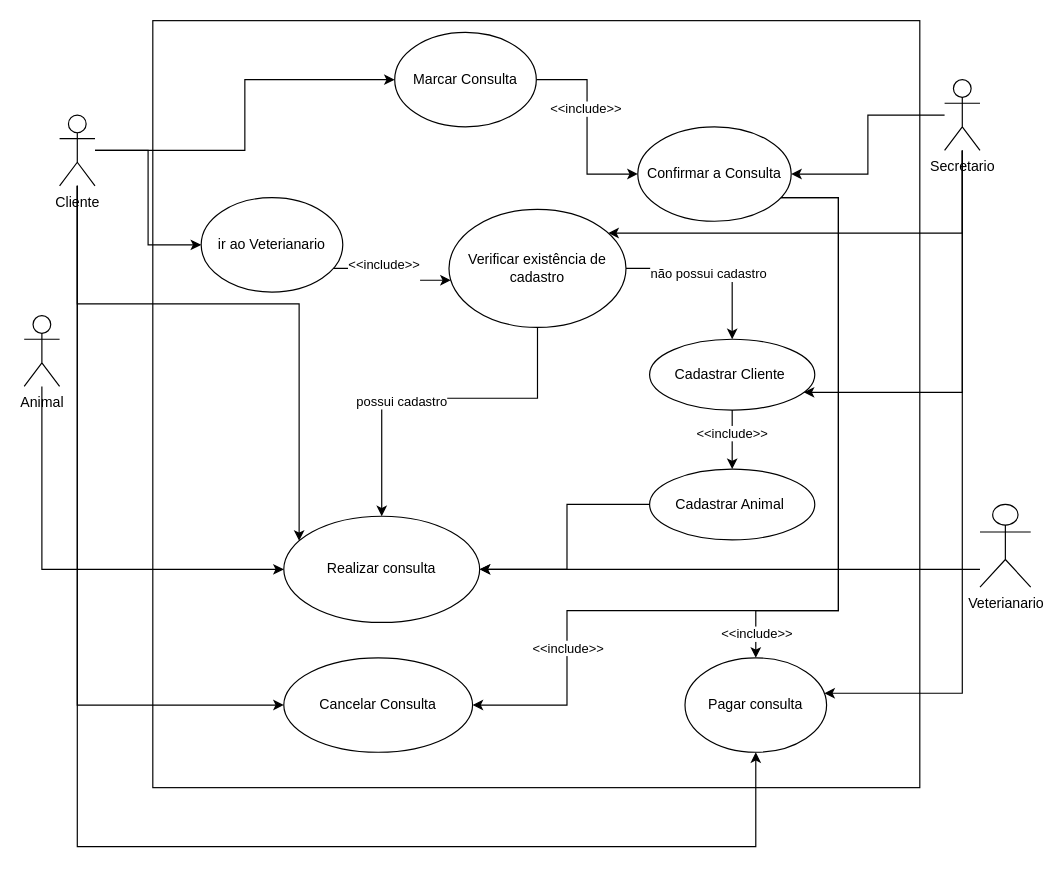
marcelo-schaefer/pet-shop-eps keeps this draw.io diagram as page "Página-1" (1 of 2) of src/diagramas/CasoUso.drawio. Above is the earlier version. Source tidied: cells renumbered, new cells numbered last; positions are measured from the earlier drawing's top-left corner, leaving out a move shared by most shapes. Both pictures are drawn from the tidied source at 118%, with x=0, y=0 at pixel (24, 20).
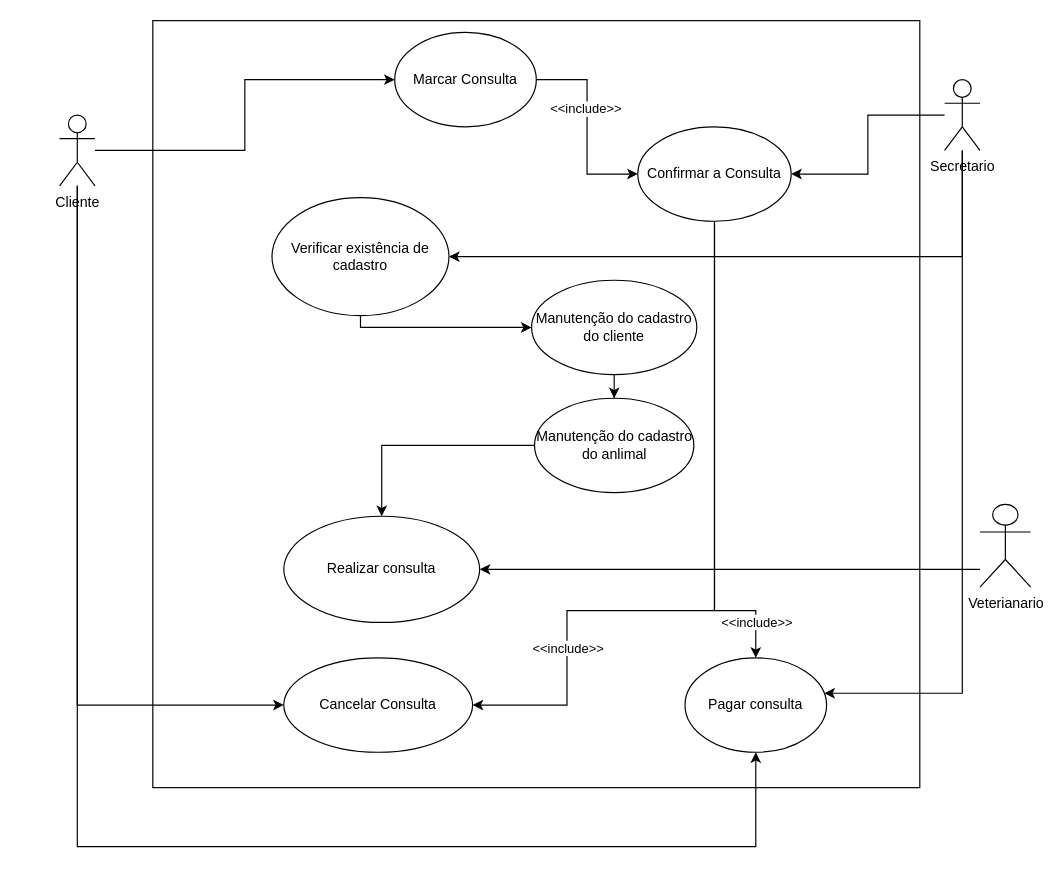
Above is the later version.

Unchanged cells that the change refers to:
```xml
<mxCell id="2" value="Cliente" style="shape=umlActor;verticalLabelPosition=bottom;verticalAlign=top;html=1;outlineConnect=0;" parent="1" vertex="1">
  <mxGeometry x="30" y="80" width="30" height="60" as="geometry" />
</mxCell>
<mxCell id="12" value="Secretario" style="shape=umlActor;verticalLabelPosition=bottom;verticalAlign=top;html=1;outlineConnect=0;" parent="1" vertex="1">
  <mxGeometry x="780" y="50" width="30" height="60" as="geometry" />
</mxCell>
<mxCell id="16" value="Confirmar a Consulta" style="ellipse;whiteSpace=wrap;html=1;" parent="1" vertex="1">
  <mxGeometry x="520" y="90" width="130" height="80" as="geometry" />
</mxCell>
<mxCell id="25" value="Realizar consulta" style="ellipse;whiteSpace=wrap;html=1;" parent="1" vertex="1">
  <mxGeometry x="220" y="420" width="166" height="90" as="geometry" />
</mxCell>
<mxCell id="35" value="Pagar consulta" style="ellipse;whiteSpace=wrap;html=1;" parent="1" vertex="1">
  <mxGeometry x="560" y="540" width="120" height="80" as="geometry" />
</mxCell>
<mxCell id="37" value="Cancelar Consulta" style="ellipse;whiteSpace=wrap;html=1;" parent="1" vertex="1">
  <mxGeometry x="220" y="540" width="160" height="80" as="geometry" />
</mxCell>
```

What changed in the source:
```diff
@@
     <mxCell id="9" style="edgeStyle=orthogonalEdgeStyle;rounded=0;jettySize=auto;html=1;" parent="1" edge="1" source="12" target="23">
       <mxGeometry relative="1" as="geometry">
         <Array as="points">
-          <mxPoint x="795" y="180" />
+          <mxPoint x="795" y="200" />
         </Array>
       </mxGeometry>
     </mxCell>
-    <mxCell id="10" style="edgeStyle=orthogonalEdgeStyle;rounded=0;jettySize=auto;html=1;" parent="1" edge="1" source="12" target="27">
-      <mxGeometry relative="1" as="geometry">
-        <Array as="points">
-          <mxPoint x="795" y="315" />
-        </Array>
-      </mxGeometry>
-    </mxCell>
@@
     <mxCell id="13" style="edgeStyle=orthogonalEdgeStyle;rounded=0;jettySize=auto;html=1;" parent="1" edge="1" source="16" target="35">
       <mxGeometry relative="1" as="geometry">
         <Array as="points">
-          <mxPoint x="690" y="150" />
-          <mxPoint x="690" y="500" />
+          <mxPoint x="585" y="500" />
           <mxPoint x="620" y="500" />
         </Array>
       </mxGeometry>
     </mxCell>
     <mxCell id="14" value="&amp;lt;&amp;lt;include&amp;gt;&amp;gt;" style="edgeLabel;html=1;align=center;verticalAlign=middle;" parent="13" vertex="1">
       <mxGeometry x="0.37" relative="1" as="geometry">
-        <mxPoint x="-70" y="70" as="offset" />
+        <mxPoint x="35" y="62" as="offset" />
       </mxGeometry>
     </mxCell>
     <mxCell id="15" style="edgeStyle=orthogonalEdgeStyle;rounded=0;jettySize=auto;html=1;" parent="1" edge="1" source="16" target="37">
       <mxGeometry relative="1" as="geometry">
         <Array as="points">
-          <mxPoint x="690" y="150" />
-          <mxPoint x="690" y="500" />
+          <mxPoint x="585" y="500" />
           <mxPoint x="460" y="500" />
           <mxPoint x="460" y="580" />
         </Array>
       </mxGeometry>
     </mxCell>
@@
-    <mxCell id="17" value="ir ao Veterianario" style="ellipse;whiteSpace=wrap;html=1;" parent="1" vertex="1">
-      <mxGeometry x="150" y="150" width="120" height="80" as="geometry" />
-    </mxCell>
-    <mxCell id="18" style="edgeStyle=orthogonalEdgeStyle;rounded=0;jettySize=auto;html=1;entryX=0;entryY=0.5;entryDx=0;entryDy=0;" parent="1" edge="1" source="2" target="17">
-      <mxGeometry relative="1" as="geometry">
-        <Array as="points">
-          <mxPoint x="105" y="110" />
-          <mxPoint x="105" y="190" />
-        </Array>
-      </mxGeometry>
-    </mxCell>
-    <mxCell id="19" style="edgeStyle=orthogonalEdgeStyle;rounded=0;jettySize=auto;html=1;" parent="1" edge="1" source="23" target="25">
-      <mxGeometry relative="1" as="geometry">
-        <Array as="points">
-          <mxPoint x="435" y="320" />
-        </Array>
-      </mxGeometry>
-    </mxCell>
-    <mxCell id="20" value="possui cadastro" style="edgeLabel;html=1;align=center;verticalAlign=middle;" parent="19" vertex="1">
-      <mxGeometry x="0.08" y="2" relative="1" as="geometry">
-        <mxPoint x="-18" as="offset" />
-      </mxGeometry>
-    </mxCell>
-    <mxCell id="21" style="edgeStyle=orthogonalEdgeStyle;rounded=0;jettySize=auto;html=1;" parent="1" edge="1" source="23" target="27">
-      <mxGeometry relative="1" as="geometry" />
-    </mxCell>
-    <mxCell id="22" value="não possui cadastro" style="edgeLabel;html=1;align=center;verticalAlign=middle;" parent="21" vertex="1">
-      <mxGeometry x="-0.08" y="-4" relative="1" as="geometry" />
-    </mxCell>
+    <mxCell id="40" style="edgeStyle=orthogonalEdgeStyle;rounded=0;jettySize=auto;html=1;" parent="1" edge="1" source="23" target="42">
+      <mxGeometry relative="1" as="geometry">
+        <Array as="points">
+          <mxPoint x="285" y="260" />
+        </Array>
+      </mxGeometry>
+    </mxCell>
     <mxCell id="23" value="Verificar existência de cadastro" style="ellipse;whiteSpace=wrap;html=1;" parent="1" vertex="1">
-      <mxGeometry x="360" y="160" width="150" height="100" as="geometry" />
+      <mxGeometry x="210" y="150" width="150" height="100" as="geometry" />
     </mxCell>
-    <mxCell id="24" value="&#10;&lt;span style=&quot;color: rgb(0, 0, 0); font-family: Helvetica; font-size: 11px; font-style: normal; font-variant-ligatures: normal; font-variant-caps: normal; font-weight: 400; letter-spacing: normal; orphans: 2; text-align: center; text-indent: 0px; text-transform: none; widows: 2; word-spacing: 0px; -webkit-text-stroke-width: 0px; background-color: rgb(255, 255, 255); text-decoration-thickness: initial; text-decoration-style: initial; text-decoration-color: initial; float: none; display: inline !important;&quot;&gt;&amp;lt;&amp;lt;include&amp;gt;&amp;gt;&lt;/span&gt;&#10;&#10;" style="edgeStyle=orthogonalEdgeStyle;rounded=0;jettySize=auto;html=1;" parent="1" edge="1" source="17" target="23">
-      <mxGeometry x="-0.14" relative="1" as="geometry">
-        <Array as="points">
-          <mxPoint x="305" y="210" />
-          <mxPoint x="305" y="220" />
-        </Array>
-      </mxGeometry>
-    </mxCell>
@@
-    <mxCell id="26" value="&lt;span style=&quot;border-color: var(--border-color); color: rgb(0, 0, 0); font-family: Helvetica; font-size: 11px; font-style: normal; font-variant-ligatures: normal; font-variant-caps: normal; font-weight: 400; letter-spacing: normal; orphans: 2; text-align: center; text-indent: 0px; text-transform: none; widows: 2; word-spacing: 0px; -webkit-text-stroke-width: 0px; background-color: rgb(255, 255, 255); text-decoration-thickness: initial; text-decoration-style: initial; text-decoration-color: initial; float: none; display: inline !important;&quot;&gt;&amp;lt;&amp;lt;include&amp;gt;&amp;gt;&lt;/span&gt;" style="edgeStyle=orthogonalEdgeStyle;rounded=0;jettySize=auto;html=1;" parent="1" edge="1" source="27" target="29">
-      <mxGeometry x="-0.2" relative="1" as="geometry" />
-    </mxCell>
-    <mxCell id="27" value="Cadastrar Cliente&amp;nbsp;" style="ellipse;whiteSpace=wrap;html=1;" parent="1" vertex="1">
-      <mxGeometry x="530" y="270" width="140" height="60" as="geometry" />
-    </mxCell>
-    <mxCell id="28" style="edgeStyle=orthogonalEdgeStyle;rounded=0;jettySize=auto;html=1;entryX=1;entryY=0.5;entryDx=0;entryDy=0;" parent="1" edge="1" source="29" target="25">
-      <mxGeometry relative="1" as="geometry">
-        <Array as="points">
-          <mxPoint x="460" y="410" />
-          <mxPoint x="460" y="465" />
-        </Array>
-      </mxGeometry>
-    </mxCell>
-    <mxCell id="29" value="Cadastrar Animal&amp;nbsp;" style="ellipse;whiteSpace=wrap;html=1;" parent="1" vertex="1">
-      <mxGeometry x="530" y="380" width="140" height="60" as="geometry" />
-    </mxCell>
-    <mxCell id="30" style="edgeStyle=orthogonalEdgeStyle;rounded=0;jettySize=auto;html=1;" parent="1" edge="1" source="31" target="25">
-      <mxGeometry relative="1" as="geometry">
-        <Array as="points">
-          <mxPoint x="15" y="465" />
-        </Array>
-      </mxGeometry>
-    </mxCell>
-    <mxCell id="31" value="Animal" style="shape=umlActor;verticalLabelPosition=bottom;verticalAlign=top;html=1;outlineConnect=0;" parent="1" vertex="1">
-      <mxGeometry y="250" width="30" height="60" as="geometry" />
-    </mxCell>
-    <mxCell id="32" style="edgeStyle=orthogonalEdgeStyle;rounded=0;jettySize=auto;html=1;" parent="1" edge="1" source="2" target="25">
-      <mxGeometry relative="1" as="geometry">
-        <Array as="points">
-          <mxPoint x="45" y="240" />
-          <mxPoint x="233" y="240" />
-        </Array>
-      </mxGeometry>
-    </mxCell>
@@
+    <mxCell id="41" style="edgeStyle=orthogonalEdgeStyle;rounded=0;jettySize=auto;html=1;" parent="1" edge="1" source="42" target="44">
+      <mxGeometry relative="1" as="geometry" />
+    </mxCell>
+    <mxCell id="42" value="Manutenção do cadastro do cliente" style="ellipse;whiteSpace=wrap;html=1;" parent="1" vertex="1">
+      <mxGeometry x="430" y="220" width="140" height="80" as="geometry" />
+    </mxCell>
+    <mxCell id="43" style="edgeStyle=orthogonalEdgeStyle;rounded=0;jettySize=auto;html=1;" parent="1" edge="1" source="44" target="25">
+      <mxGeometry relative="1" as="geometry" />
+    </mxCell>
+    <mxCell id="44" value="Manutenção do cadastro do anlimal" style="ellipse;whiteSpace=wrap;html=1;" parent="1" vertex="1">
+      <mxGeometry x="432.5" y="320" width="135" height="80" as="geometry" />
+    </mxCell>
```
